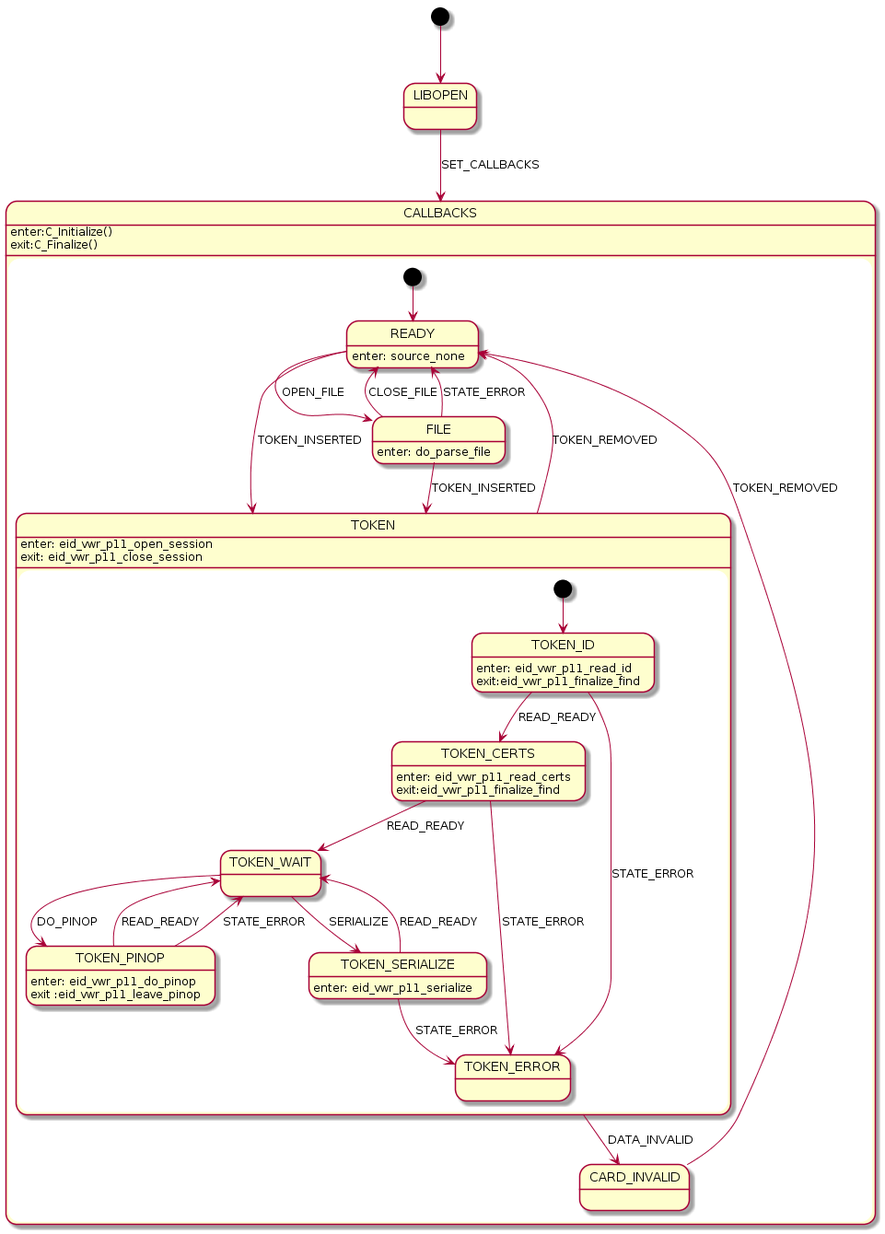
Before: plugins_tools/eid-viewer/uml/umldiagram.png, a diagram exported from PlantUML (Fedict/eid-mw). The source it was exported from:
```plantuml
@startuml
[*] --> LIBOPEN

LIBOPEN --> CALLBACKS : SET_CALLBACKS

CALLBACKS: enter:C_Initialize()\nexit:C_Finalize()
state CALLBACKS {
  state READY
  state TOKEN
  state FILE
  state CARD_INVALID

  [*] --> READY

  READY --> FILE : OPEN_FILE
  READY --> TOKEN : TOKEN_INSERTED
  READY: enter: source_none

  FILE --> READY : CLOSE_FILE
  FILE --> TOKEN : TOKEN_INSERTED
  FILE --> READY : STATE_ERROR
  FILE: enter: do_parse_file

  TOKEN: enter: eid_vwr_p11_open_session\nexit: eid_vwr_p11_close_session
  TOKEN --> READY : TOKEN_REMOVED
  TOKEN --> CARD_INVALID : DATA_INVALID

  CARD_INVALID --> READY : TOKEN_REMOVED

  state TOKEN {
    state TOKEN_ID
    state TOKEN_CERTS
    state TOKEN_ERROR
    state TOKEN_WAIT
    state TOKEN_PINOP
    state TOKEN_SERIALIZE

    [*] --> TOKEN_ID

    TOKEN_ID --> TOKEN_CERTS : READ_READY
    TOKEN_ID --> TOKEN_ERROR : STATE_ERROR
    TOKEN_ID: enter: eid_vwr_p11_read_id\nexit:eid_vwr_p11_finalize_find

    TOKEN_CERTS --> TOKEN_WAIT : READ_READY
    TOKEN_CERTS --> TOKEN_ERROR : STATE_ERROR
    TOKEN_CERTS: enter: eid_vwr_p11_read_certs\nexit:eid_vwr_p11_finalize_find

    TOKEN_WAIT --> TOKEN_PINOP : DO_PINOP
    TOKEN_WAIT --> TOKEN_SERIALIZE : SERIALIZE

    TOKEN_PINOP --> TOKEN_WAIT : READ_READY
    TOKEN_PINOP --> TOKEN_WAIT : STATE_ERROR
    TOKEN_PINOP: enter: eid_vwr_p11_do_pinop\nexit :eid_vwr_p11_leave_pinop

    TOKEN_SERIALIZE --> TOKEN_WAIT : READ_READY
    TOKEN_SERIALIZE --> TOKEN_ERROR : STATE_ERROR
    TOKEN_SERIALIZE: enter: eid_vwr_p11_serialize
  }
}
@enduml
```
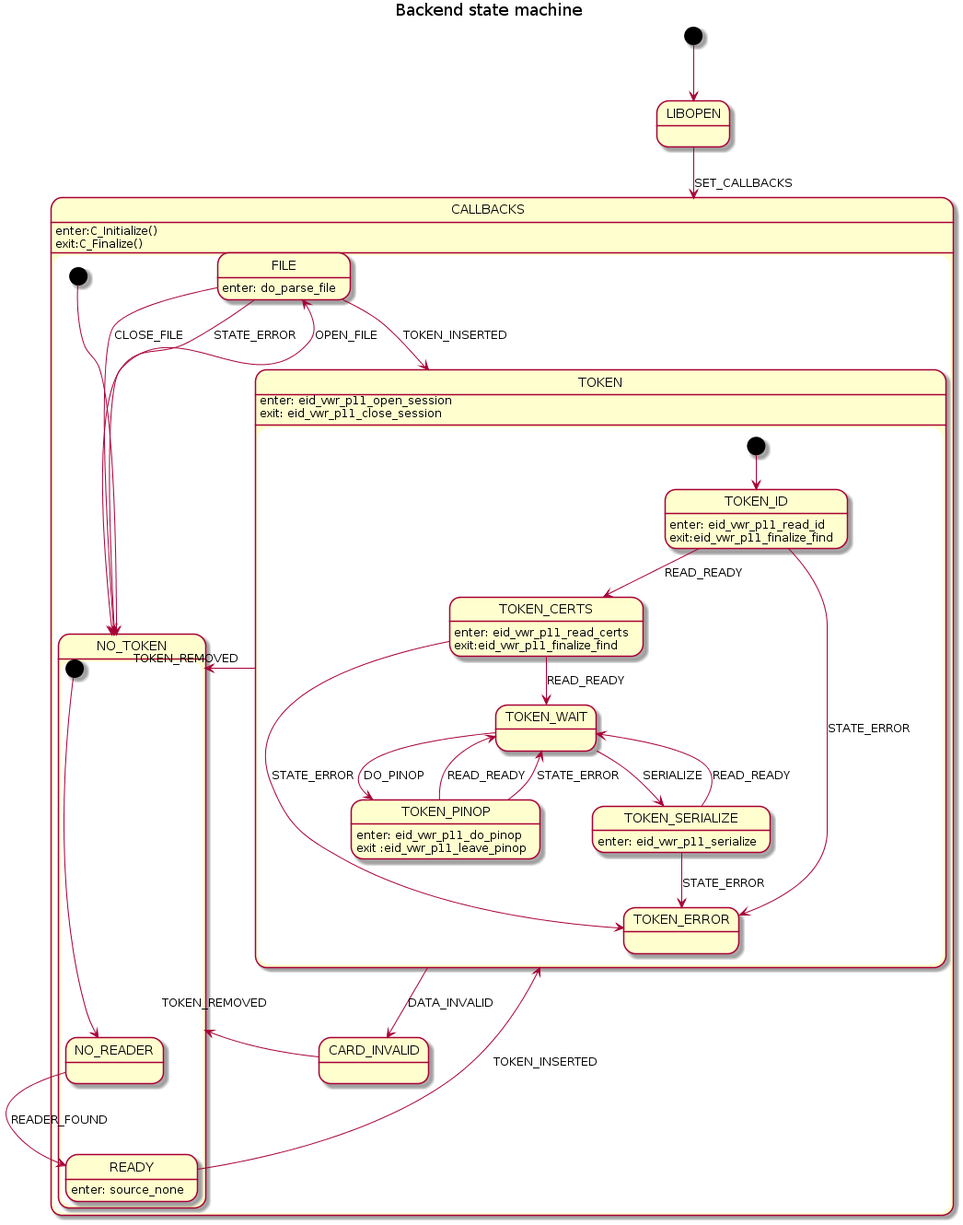
The same diagram one commit later.

Commit message:
Update state machine

It could be useful for debugging to allow for differentiating between
"reader found, token not present" and "no reader found at all" cases. As
such, add two new states and one extra event to allow for this.

Implementation to follow.

The edit, as a diff of the source:
```diff
@@ -1,31 +1,42 @@
 @startuml
+title Backend state machine
+
+
 [*] --> LIBOPEN
 
 LIBOPEN --> CALLBACKS : SET_CALLBACKS
 
 CALLBACKS: enter:C_Initialize()\nexit:C_Finalize()
 state CALLBACKS {
-  state READY
+  state NO_TOKEN
   state TOKEN
   state FILE
   state CARD_INVALID
 
-  [*] --> READY
+  [*] --> NO_TOKEN
 
-  READY --> FILE : OPEN_FILE
-  READY --> TOKEN : TOKEN_INSERTED
-  READY: enter: source_none
-
-  FILE --> READY : CLOSE_FILE
+  NO_TOKEN --> FILE : OPEN_FILE
+  FILE --> NO_TOKEN : CLOSE_FILE
   FILE --> TOKEN : TOKEN_INSERTED
-  FILE --> READY : STATE_ERROR
+  FILE --> NO_TOKEN : STATE_ERROR
   FILE: enter: do_parse_file
 
   TOKEN: enter: eid_vwr_p11_open_session\nexit: eid_vwr_p11_close_session
-  TOKEN --> READY : TOKEN_REMOVED
+  TOKEN --> NO_TOKEN : TOKEN_REMOVED
   TOKEN --> CARD_INVALID : DATA_INVALID
 
-  CARD_INVALID --> READY : TOKEN_REMOVED
+  CARD_INVALID --> NO_TOKEN : TOKEN_REMOVED
+
+  state NO_TOKEN {
+    state NO_READER
+    state READY
+
+    [*] --> NO_READER
+    NO_READER --> READY : READER_FOUND
+
+    READY --> TOKEN : TOKEN_INSERTED
+    READY: enter: source_none
+  }
 
   state TOKEN {
     state TOKEN_ID
@@ -57,4 +68,5 @@
     TOKEN_SERIALIZE: enter: eid_vwr_p11_serialize
   }
 }
+
 @enduml
```
